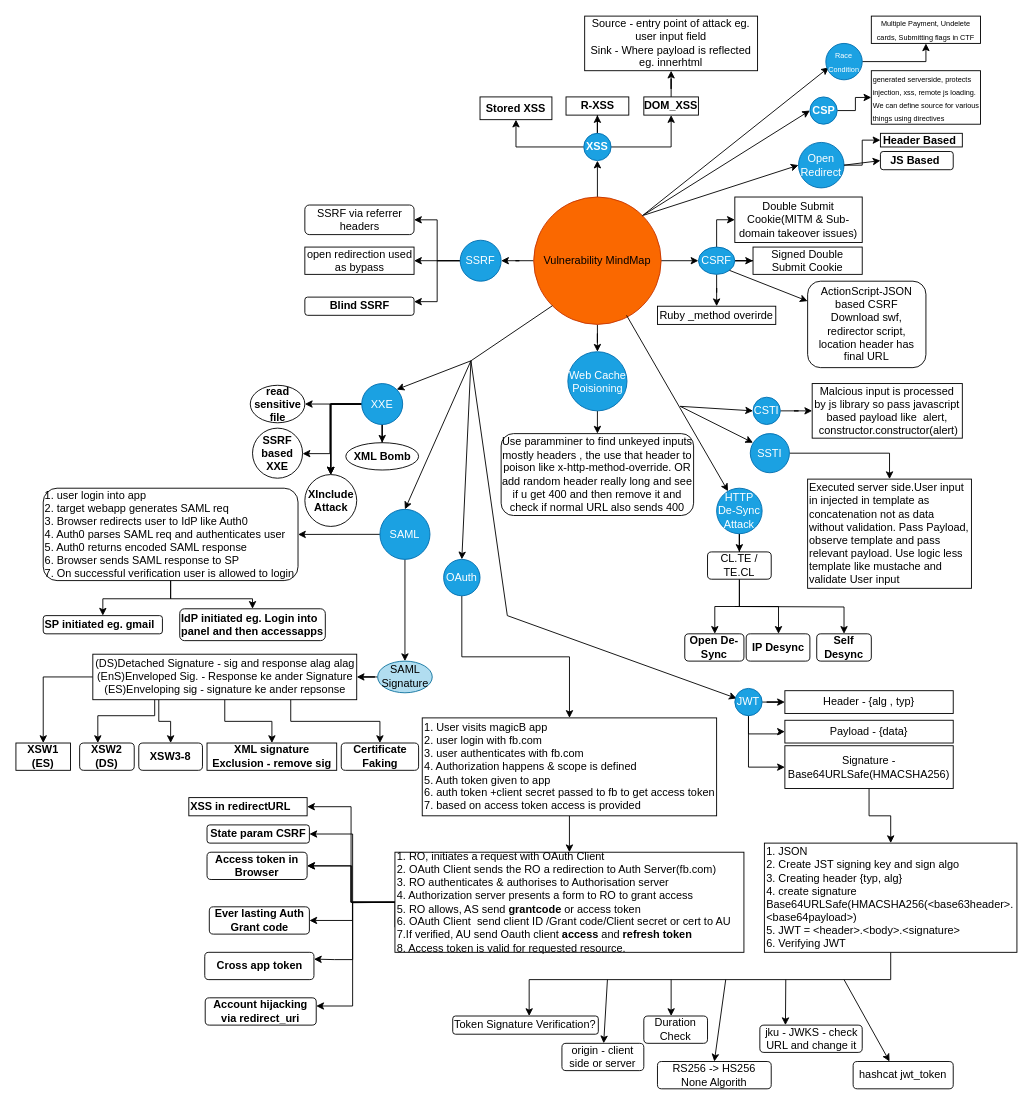
mkpmanish/bounty keeps this draw.io diagram as vulns.drawio. Above is the earlier version. Source tidied: cells renumbered, new cells numbered last; positions are measured from the earlier drawing's top-left corner, leaving out a move shared by most shapes. Both pictures are drawn from the tidied source at 91%, with x=0, y=0 at pixel (15, 15).
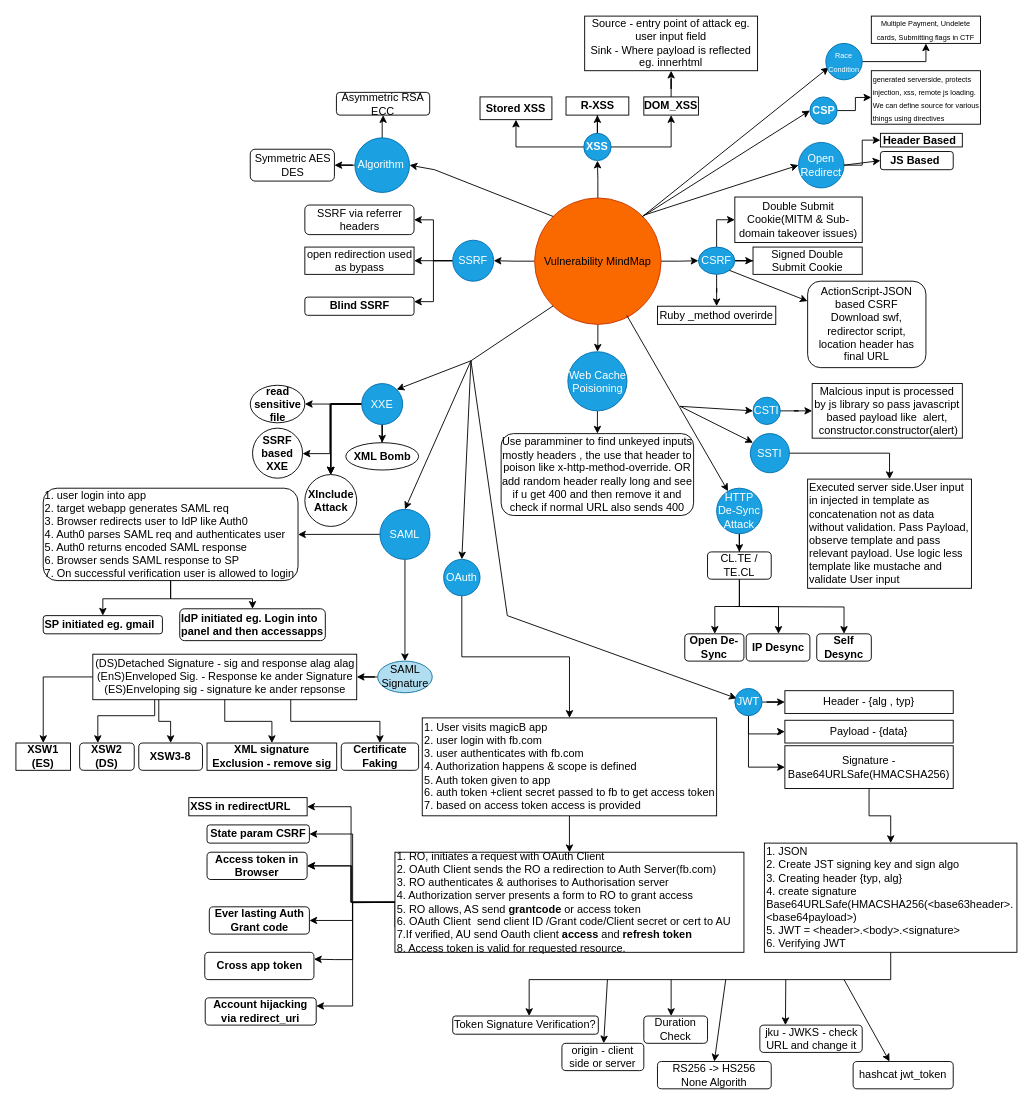
Above is the later version.

The edit, as a diff of the source:
```diff
@@
     <mxCell id="6" value="Vulnerability MindMap" style="ellipse;whiteSpace=wrap;html=1;fillColor=#fa6800;fontColor=#000000;strokeColor=#C73500;" parent="1" vertex="1">
-      <mxGeometry x="569" y="199" width="140" height="140" as="geometry" />
+      <mxGeometry x="570" y="200" width="139" height="139" as="geometry" />
     </mxCell>
@@
     <mxCell id="42" value="SSRF" style="ellipse;whiteSpace=wrap;html=1;fillColor=#1ba1e2;fontColor=#ffffff;strokeColor=#006EAF;" parent="1" vertex="1">
-      <mxGeometry x="488.2" y="246.5" width="45" height="45" as="geometry" />
+      <mxGeometry x="480" y="246.5" width="45" height="45" as="geometry" />
     </mxCell>
@@
+    <mxCell id="143" style="endArrow=classic;html=1;rounded=0;exitX=0;exitY=0;exitDx=0;exitDy=0;entryX=1;entryY=0.5;entryDx=0;entryDy=0;" parent="1" edge="1" source="6" target="146">
+      <mxGeometry relative="1" as="geometry">
+        <Array as="points">
+          <mxPoint x="460" y="169" />
+        </Array>
+      </mxGeometry>
+    </mxCell>
+    <mxCell id="144" style="edgeStyle=orthogonalEdgeStyle;rounded=0;jettySize=auto;html=1;" parent="1" edge="1" source="146" target="147">
+      <mxGeometry relative="1" as="geometry" />
+    </mxCell>
+    <mxCell id="145" style="edgeStyle=orthogonalEdgeStyle;rounded=0;jettySize=auto;html=1;" parent="1" edge="1" source="146" target="148">
+      <mxGeometry relative="1" as="geometry" />
+    </mxCell>
+    <mxCell id="146" value="Algorithm&amp;nbsp;" style="ellipse;whiteSpace=wrap;html=1;fillColor=#1ba1e2;fontColor=#ffffff;strokeColor=#006EAF;" parent="1" vertex="1">
+      <mxGeometry x="372.5" y="134" width="60" height="60" as="geometry" />
+    </mxCell>
+    <mxCell id="147" value="Symmetric AES DES" style="rounded=1;whiteSpace=wrap;html=1;" parent="1" vertex="1">
+      <mxGeometry x="257.5" y="146.5" width="92.5" height="35" as="geometry" />
+    </mxCell>
+    <mxCell id="148" value="Asymmetric RSA ECC" style="rounded=1;whiteSpace=wrap;html=1;" parent="1" vertex="1">
+      <mxGeometry x="352.2" y="84" width="102.5" height="25" as="geometry" />
+    </mxCell>
```
